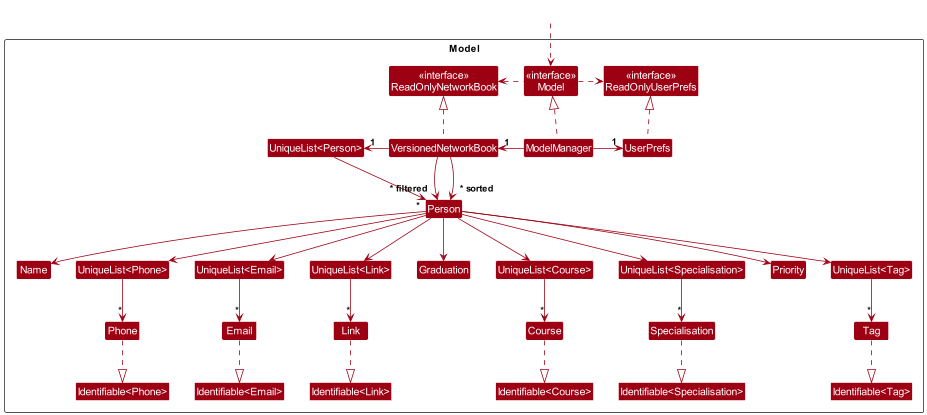
nus-cs2103-AY2324S1/tp keeps this PlantUML diagram as docs/images/ModelClassDiagram.png. Above is the earlier version.
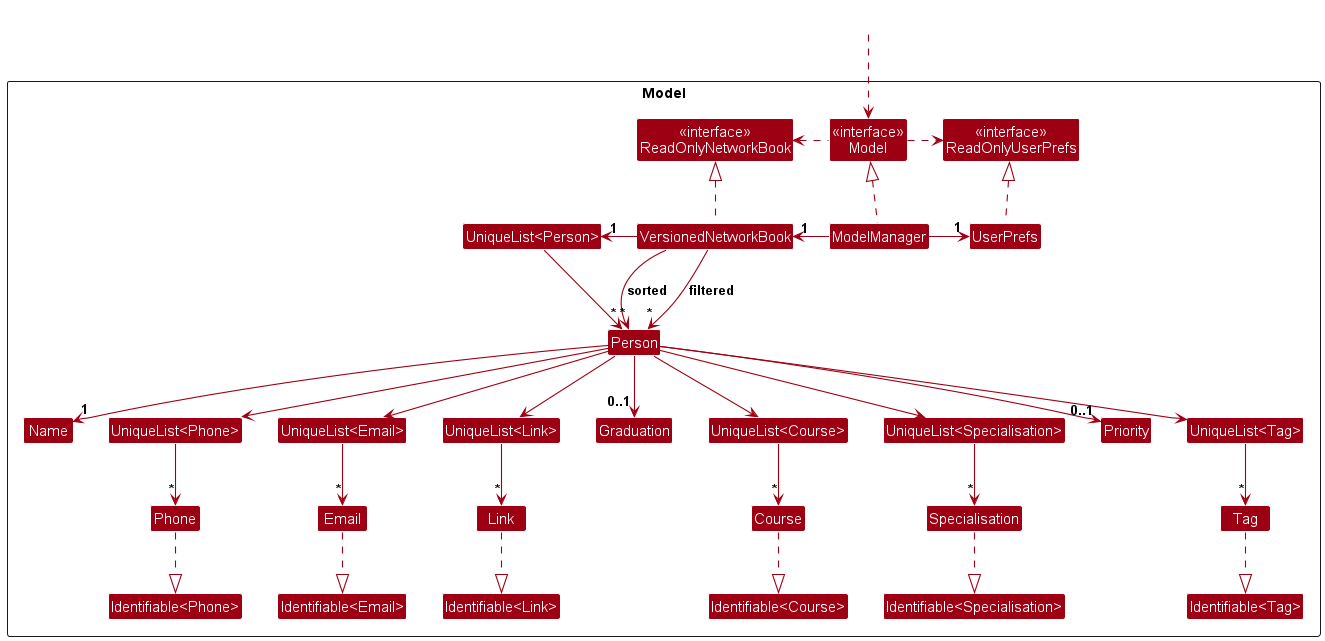
After the commit.

What changed in the source:
```diff
@@ -51,17 +51,17 @@
 
 VersionedNetworkBook -left-> "1" "UniqueList<Person>"
 "UniqueList<Person>" --> "*" Person
-VersionedNetworkBook --> "~* filtered" "Person"
-VersionedNetworkBook --> "~* sorted" "Person"
+VersionedNetworkBook --> "*" "Person" : filtered
+VersionedNetworkBook --> "*" "Person" : sorted
 
-Person --> Name
+Person --> "1" Name
 Person --> "UniqueList<Phone>"
 Person --> "UniqueList<Email>"
 Person --> "UniqueList<Link>"
-Person --> Graduation
+Person --> "0..1" Graduation
 Person --> "UniqueList<Course>"
 Person --> "UniqueList<Specialisation>"
-Person --> Priority
+Person --> "0..1" Priority
 Person --> "UniqueList<Tag>"
 
 "UniqueList<Phone>" --> "*" Phone
```
